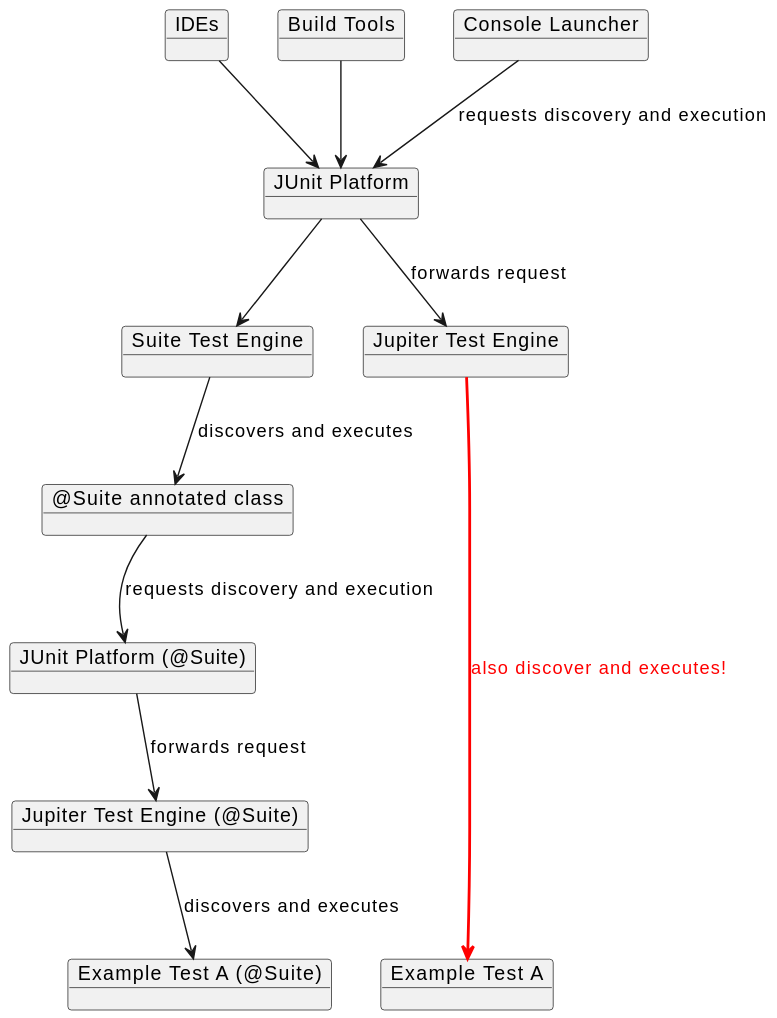
The PlantUML diagram snapshot/user-guide/images/junit-platform-suite-engine-duplicate-test-execution-diagram.svg in junit-team/docs.junit.org, before a commit. The source it was exported from:
```plantuml
@startuml
object "IDEs"
object "Build Tools"
object "Console Launcher"
object "JUnit Platform"
together {
    object "Suite Test Engine"
    object "Jupiter Test Engine"
}
object "@Suite annotated class"
object "JUnit Platform (@Suite)"
object "Jupiter Test Engine (@Suite)"
together {
    object "Example Test A"
    object "Example Test A (@Suite)"
}

"IDEs" --> "JUnit Platform"
"Build Tools" --> "JUnit Platform"
"Console Launcher" --> "JUnit Platform" : requests discovery and execution

"JUnit Platform" --> "Suite Test Engine"
"Suite Test Engine" --> "@Suite annotated class" : discovers and executes
"@Suite annotated class" --> "JUnit Platform (@Suite)" : requests discovery and execution
"JUnit Platform (@Suite)" --> "Jupiter Test Engine (@Suite)" : forwards request
"Jupiter Test Engine (@Suite)"  --> "Example Test A (@Suite)" : discovers and executes

"JUnit Platform" --> "Jupiter Test Engine": forwards request
"Jupiter Test Engine" --> "Example Test A" #line:red;line.bold;text:red : also discover and executes!
@enduml
```
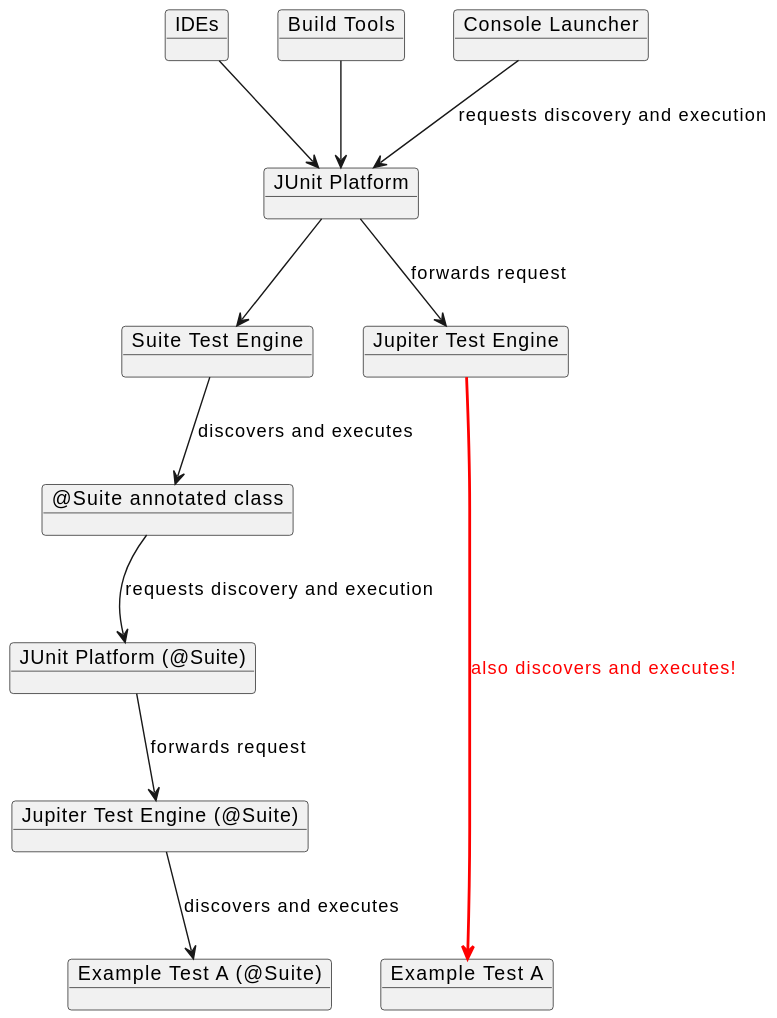
Later version of the same file.

Change to the diagram source:
```diff
@@ -26,5 +26,5 @@
 "Jupiter Test Engine (@Suite)"  --> "Example Test A (@Suite)" : discovers and executes
 
 "JUnit Platform" --> "Jupiter Test Engine": forwards request
-"Jupiter Test Engine" --> "Example Test A" #line:red;line.bold;text:red : also discover and executes!
+"Jupiter Test Engine" --> "Example Test A" #line:red;line.bold;text:red : also discovers and executes!
 @enduml
```
